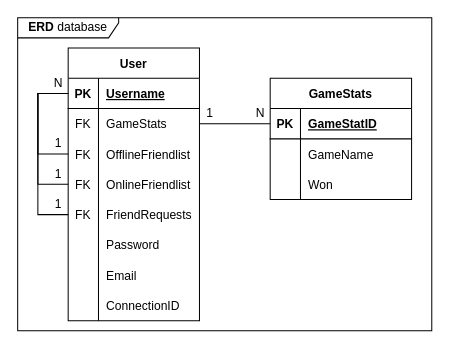
Macradon/I7BAC-PlugNPlay keeps this draw.io diagram as diagrams/database/entity-relation-diagram.drawio. Above is the earlier version. Source tidied: cells renumbered, new cells numbered last; positions are measured from the earlier drawing's top-left corner, leaving out a move shared by most shapes. Both pictures are drawn from the tidied source at 101%, with x=0, y=0 at pixel (17, 17).
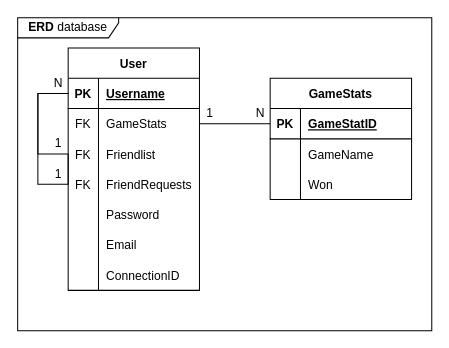
The same page after the edit.

The change refers to these unchanged cells:
```xml
<mxCell id="3" style="shape=partialRectangle;fillColor=none;top=0;left=0;bottom=1;right=0;points=[[0,0.5],[1,0.5]];portConstraint=eastwest;" parent="2" vertex="1">
  <mxGeometry y="30" width="130" height="30" as="geometry" />
</mxCell>
```

What changed in the source:
```diff
@@
+    <mxCell id="31" value="&lt;b&gt;ERD&lt;/b&gt; database" style="shape=umlFrame;whiteSpace=wrap;html=1;width=100;height=20;" parent="1" vertex="1">
+      <mxGeometry width="410" height="310" as="geometry" />
+    </mxCell>
     <mxCell id="2" value="User" style="shape=table;startSize=30;childLayout=tableLayout;rowLines=0;fontStyle=1;align=center;" parent="1" vertex="1">
-      <mxGeometry x="50" y="30" width="130" height="270" as="geometry" />
+      <mxGeometry x="50" y="30" width="130" height="240" as="geometry" />
     </mxCell>
@@
-    <mxCell id="6" style="edgeStyle=orthogonalEdgeStyle;rounded=0;jettySize=auto;html=1;exitX=0;exitY=0.5;exitDx=0;exitDy=0;entryX=0;entryY=0.5;entryDx=0;entryDy=0;endArrow=none;endFill=0;" parent="2" edge="1" source="10" target="3">
+    <mxCell id="6" style="edgeStyle=orthogonalEdgeStyle;rounded=0;jettySize=auto;html=1;exitX=0;exitY=0.5;exitDx=0;exitDy=0;entryX=0;entryY=0.5;entryDx=0;entryDy=0;endArrow=none;endFill=0;" parent="2" edge="1" target="3">
       <mxGeometry relative="1" as="geometry">
         <Array as="points">
           <mxPoint x="-30" y="105" />
           <mxPoint x="-30" y="45" />
         </Array>
       </mxGeometry>
     </mxCell>
@@
-    <mxCell id="10" style="shape=partialRectangle;fillColor=none;top=0;left=0;bottom=0;right=0;points=[[0,0.5],[1,0.5]];portConstraint=eastwest;" parent="2" vertex="1">
-      <mxGeometry y="90" width="130" height="30" as="geometry" />
-    </mxCell>
-    <mxCell id="11" value="FK" style="shape=partialRectangle;fillColor=none;top=0;left=0;bottom=0;right=0;overflow=hidden;" parent="10" vertex="1">
-      <mxGeometry width="30" height="30" as="geometry" />
-    </mxCell>
-    <mxCell id="12" value="OfflineFriendlist" style="shape=partialRectangle;fillColor=none;top=0;left=0;bottom=0;right=0;align=left;spacingLeft=6;overflow=hidden;" parent="10" vertex="1">
-      <mxGeometry x="30" width="100" height="30" as="geometry" />
-    </mxCell>
@@
     <mxCell id="14" style="shape=partialRectangle;fillColor=none;top=0;left=0;bottom=0;right=0;points=[[0,0.5],[1,0.5]];portConstraint=eastwest;" parent="2" vertex="1">
-      <mxGeometry y="120" width="130" height="30" as="geometry" />
+      <mxGeometry y="90" width="130" height="30" as="geometry" />
     </mxCell>
@@
-    <mxCell id="16" value="OnlineFriendlist" style="shape=partialRectangle;fillColor=none;top=0;left=0;bottom=0;right=0;align=left;spacingLeft=6;overflow=hidden;" parent="14" vertex="1">
+    <mxCell id="16" value="Friendlist" style="shape=partialRectangle;fillColor=none;top=0;left=0;bottom=0;right=0;align=left;spacingLeft=6;overflow=hidden;" parent="14" vertex="1">
       <mxGeometry x="30" width="100" height="30" as="geometry" />
     </mxCell>
-    <mxCell id="17" style="edgeStyle=orthogonalEdgeStyle;rounded=0;jettySize=auto;html=1;entryX=0;entryY=0.5;entryDx=0;entryDy=0;endArrow=none;endFill=0;" parent="2" edge="1" source="18" target="3">
+    <mxCell id="17" style="edgeStyle=orthogonalEdgeStyle;rounded=0;jettySize=auto;html=1;entryX=0;entryY=0.5;entryDx=0;entryDy=0;endArrow=none;endFill=0;" parent="2" edge="1" source="14" target="3">
       <mxGeometry relative="1" as="geometry">
         <Array as="points">
-          <mxPoint x="-30" y="165" />
+          <mxPoint x="-30" y="105" />
           <mxPoint x="-30" y="45" />
         </Array>
       </mxGeometry>
     </mxCell>
     <mxCell id="18" style="shape=partialRectangle;fillColor=none;top=0;left=0;bottom=0;right=0;points=[[0,0.5],[1,0.5]];portConstraint=eastwest;" parent="2" vertex="1">
-      <mxGeometry y="150" width="130" height="30" as="geometry" />
+      <mxGeometry y="120" width="130" height="30" as="geometry" />
     </mxCell>
@@
     <mxCell id="21" style="shape=partialRectangle;fillColor=none;top=0;left=0;bottom=0;right=0;" parent="2" vertex="1">
-      <mxGeometry y="180" width="130" height="30" as="geometry" />
+      <mxGeometry y="150" width="130" height="30" as="geometry" />
     </mxCell>
@@
     <mxCell id="24" style="shape=partialRectangle;fillColor=none;top=0;left=0;bottom=0;right=0;" parent="2" vertex="1">
-      <mxGeometry y="210" width="130" height="30" as="geometry" />
+      <mxGeometry y="180" width="130" height="30" as="geometry" />
     </mxCell>
@@
     <mxCell id="27" style="shape=partialRectangle;fillColor=none;top=0;left=0;bottom=0;right=0;" parent="2" vertex="1">
-      <mxGeometry y="240" width="130" height="30" as="geometry" />
+      <mxGeometry y="210" width="130" height="30" as="geometry" />
     </mxCell>
@@
-    <mxCell id="31" value="&lt;b&gt;ERD&lt;/b&gt; database" style="shape=umlFrame;whiteSpace=wrap;html=1;width=100;height=20;" parent="1" vertex="1">
-      <mxGeometry width="410" height="310" as="geometry" />
-    </mxCell>
@@
-    <mxCell id="47" value="1" style="text;html=1;align=center;verticalAlign=middle;" parent="1" vertex="1">
-      <mxGeometry x="30" y="175" width="20" height="20" as="geometry" />
-    </mxCell>
```
